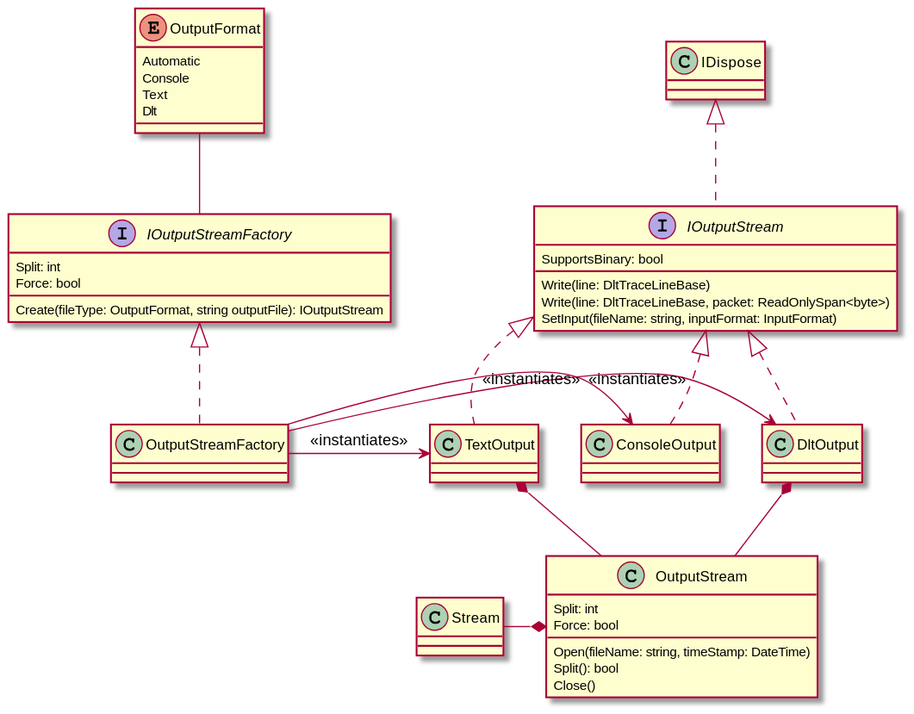
Earlier version of the PlantUML export apps/DltDump/docs/out/diagrams/outputstream/Domain.OutputStreamFactory.svg (jcurl/RJCP.DLL.Log).
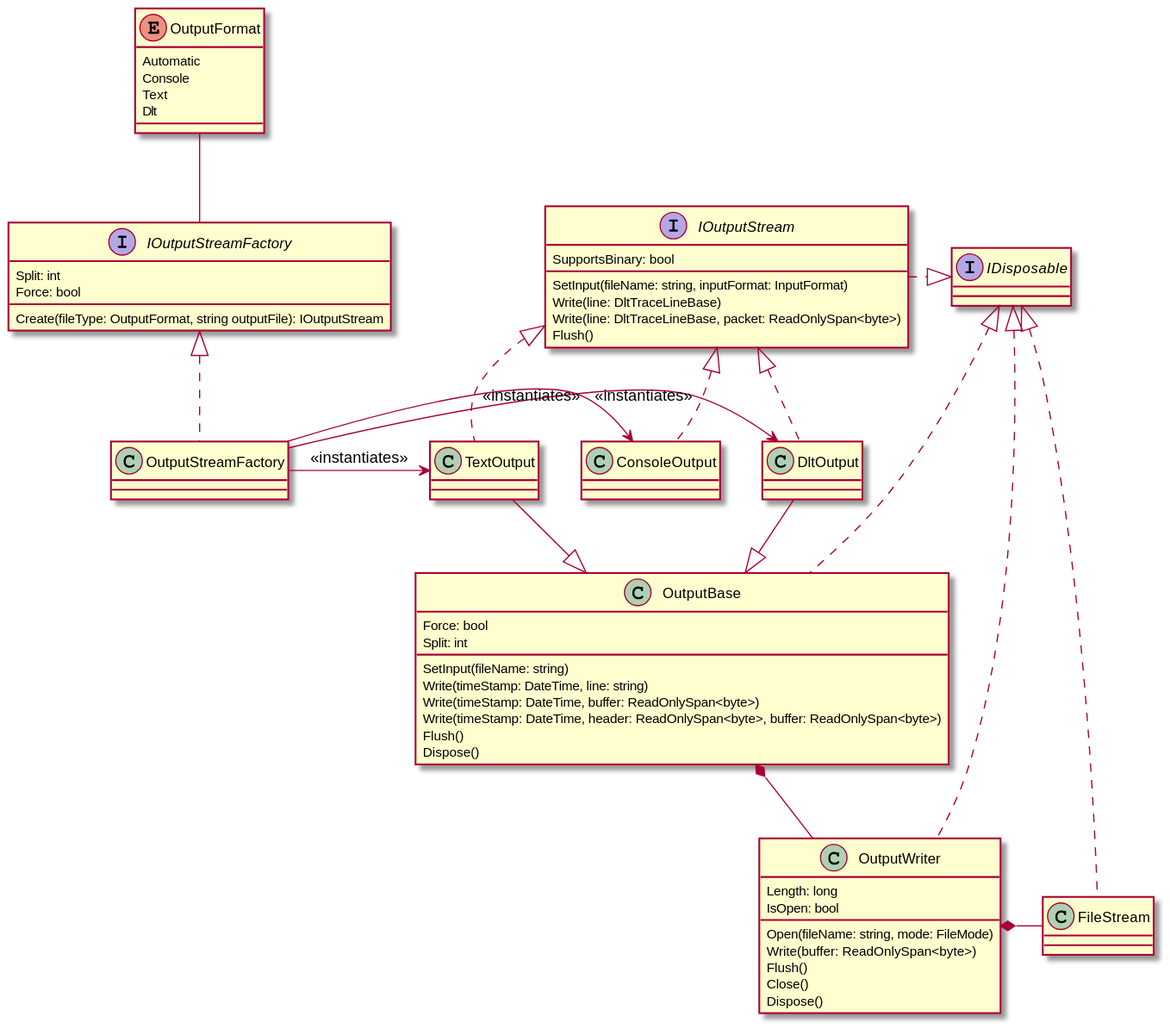
The same diagram one commit later.

Change to the diagram source:
```diff
@@ -1,4 +1,6 @@
 @startuml Domain.OutputStreamFactory
+
+interface IDisposable
 
 enum OutputFormat {
     Automatic
@@ -24,12 +26,13 @@
 
 interface IOutputStream {
     SupportsBinary: bool
+    SetInput(fileName: string, inputFormat: InputFormat)
     Write(line: DltTraceLineBase)
     Write(line: DltTraceLineBase, packet: ReadOnlySpan<byte>)
-    SetInput(fileName: string, inputFormat: InputFormat)
+    Flush()
 }
 
-IOutputStream .u.|> IDispose
+IOutputStream .r.|> IDisposable
 
 class ConsoleOutput
 IOutputStream <|.d. ConsoleOutput
@@ -40,18 +43,34 @@
 class DltOutput
 IOutputStream <|.d. DltOutput
 
-class OutputStream {
+class OutputBase {
+    Force: bool
     Split: int
-    Force: bool
-    Open(fileName: string, timeStamp: DateTime)
-    Split(): bool
-    Close()
+    SetInput(fileName: string)
+    Write(timeStamp: DateTime, line: string)
+    Write(timeStamp: DateTime, buffer: ReadOnlySpan<byte>)
+    Write(timeStamp: DateTime, header: ReadOnlySpan<byte>, buffer: ReadOnlySpan<byte>)
+    Flush()
+    Dispose()
 }
 
-TextOutput *-d- OutputStream
+class OutputWriter {
+    Length: long
+    IsOpen: bool
+    Open(fileName: string, mode: FileMode)
+    Write(buffer: ReadOnlySpan<byte>)
+    Flush()
+    Close()
+    Dispose()
+}
+OutputWriter .u.|> IDisposable
+OutputBase .u.|> IDisposable
 
-DltOutput *-d- OutputStream
+TextOutput -d-|> OutputBase
+DltOutput -d-|> OutputBase
 
-Stream -r-* OutputStream
+OutputBase *-d- OutputWriter
+OutputWriter *-r- FileStream
+FileStream .u.|> IDisposable
 
 @enduml
```
